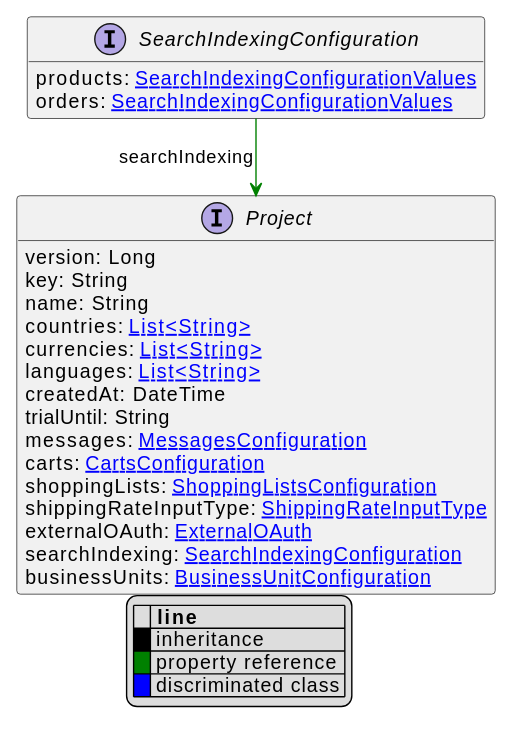
Above: uml/api/svg/SearchIndexingConfiguration.svg in commercetools/commercetools-api-reference (PlantUML), before the change.
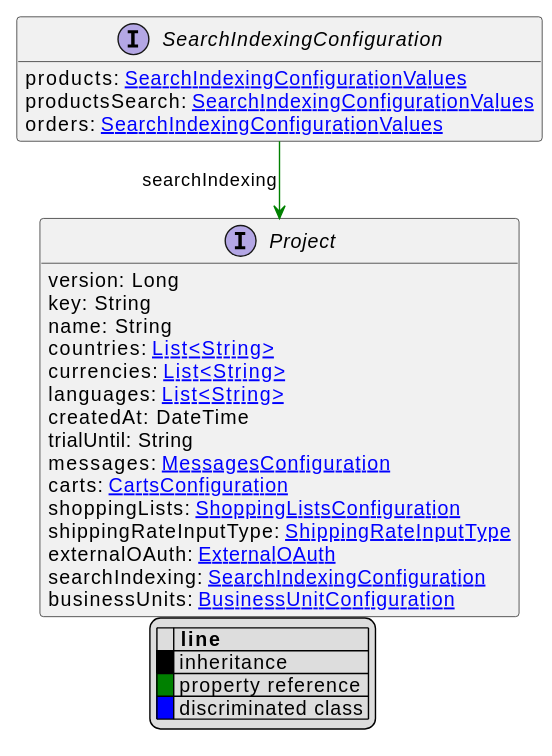
The same diagram one commit later.

The edit, as a diff of the source:
```diff
@@ -10,6 +10,7 @@
 endlegend
 interface SearchIndexingConfiguration [[SearchIndexingConfiguration.svg]]  {
     products: [[SearchIndexingConfigurationValues.svg SearchIndexingConfigurationValues]]
+    productsSearch: [[SearchIndexingConfigurationValues.svg SearchIndexingConfigurationValues]]
     orders: [[SearchIndexingConfigurationValues.svg SearchIndexingConfigurationValues]]
 }
 
```
